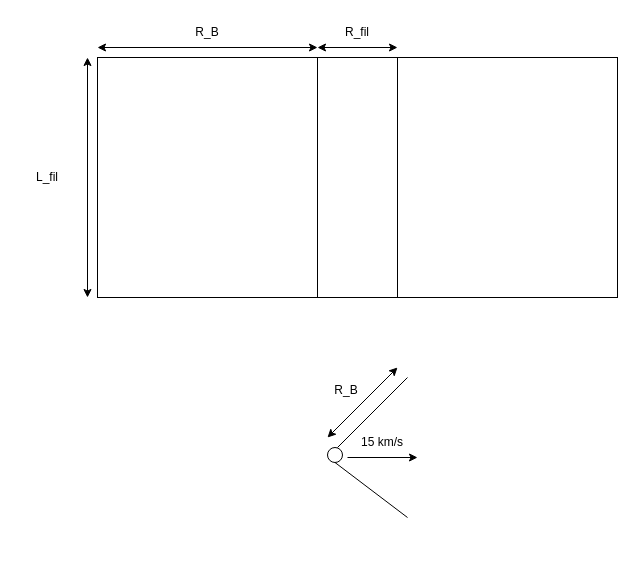
Before: DrawIo/Filament_géométrie.drawio in KyuriTaima/CygnusDynamics, a draw.io diagram. Source tidied: cells renumbered, new cells numbered last; positions are measured from the earlier drawing's top-left corner, leaving out a move shared by most shapes. Both pictures are drawn from the tidied source at 100%, with x=0, y=0 at pixel (17, 17).
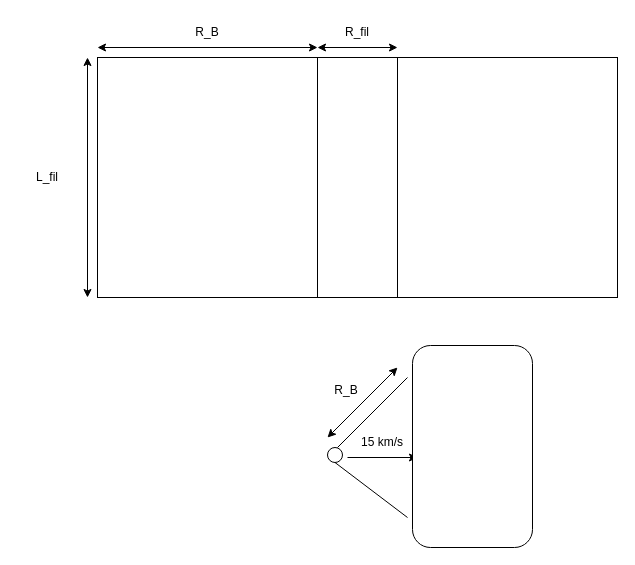
Above is the later version.

Commit message:
Overleaf Connect auto-sync [2026-06-18 11:47:48]

Change to the diagram source:
```diff
@@
+    <mxCell id="18" style="rounded=1;whiteSpace=wrap;html=1;" parent="1" vertex="1">
+      <mxGeometry x="395" y="328" width="120" height="202" as="geometry" />
+    </mxCell>
```
